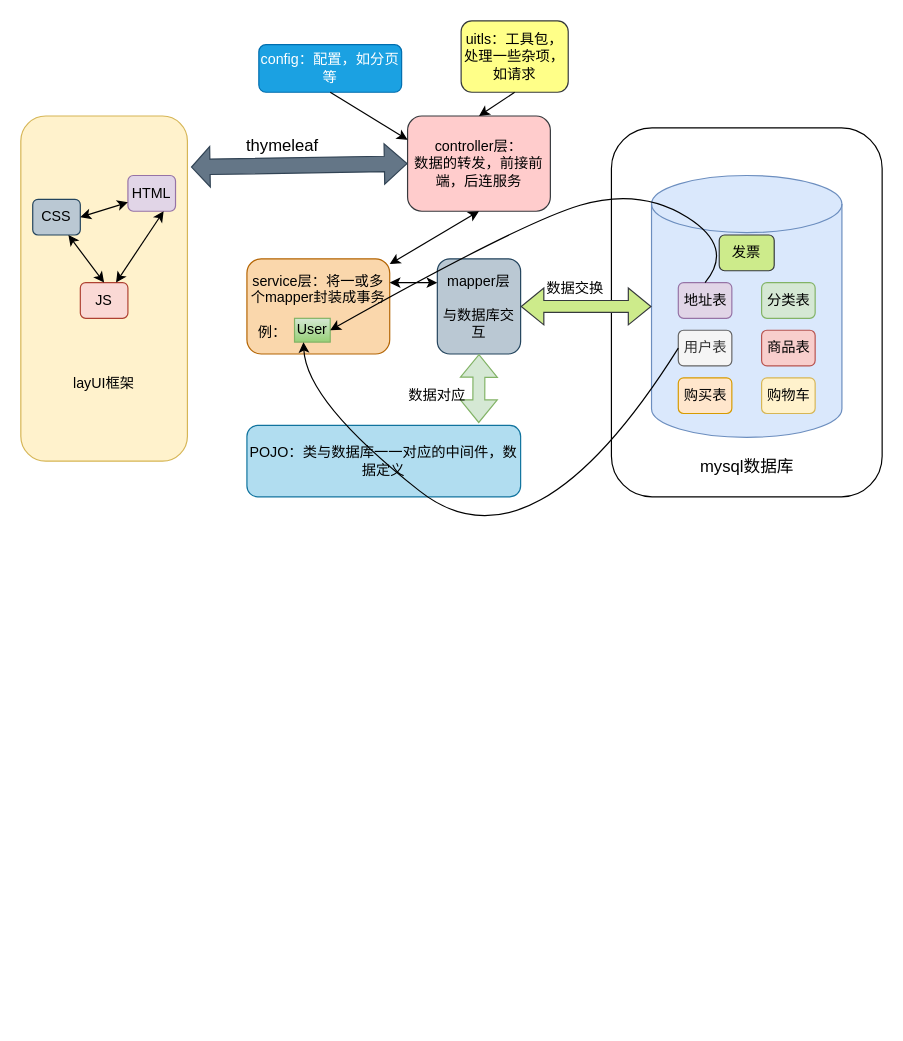
Above: page "第 1 页" (1 of 4) of spring.drawio in Duxingmengshou/Duxingmengshou.github.io (draw.io), before the change. Source tidied: cells renumbered, new cells numbered last; positions are measured from the earlier drawing's top-left corner, leaving out a move shared by most shapes. Both pictures are drawn from the tidied source at 119%, with x=0, y=0 at pixel (20, 20).
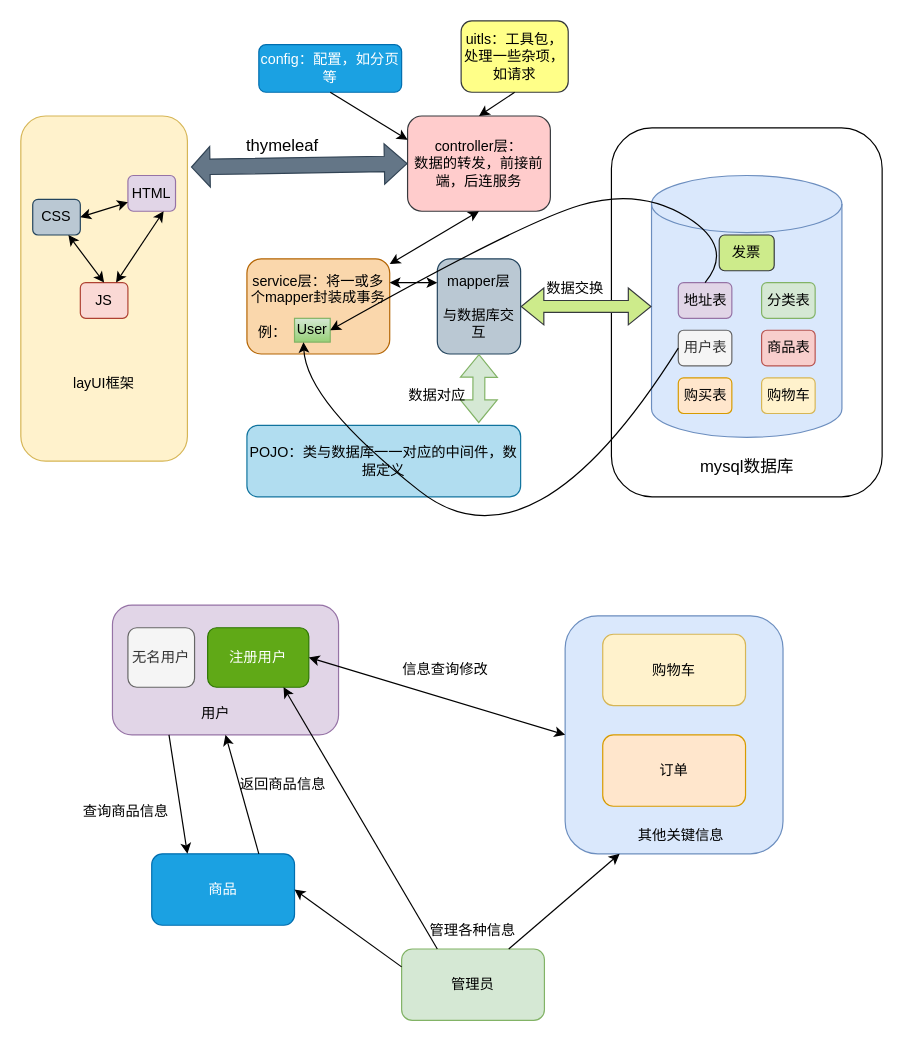
Above is the later version.

Change to the diagram source:
```diff
@@
+    <mxCell id="40" style="rounded=1;whiteSpace=wrap;html=1;fillColor=#dae8fc;strokeColor=#6c8ebf;" parent="1" vertex="1">
+      <mxGeometry x="457.4" y="500" width="183.1" height="200" as="geometry" />
+    </mxCell>
+    <mxCell id="41" style="rounded=1;whiteSpace=wrap;html=1;fillColor=#e1d5e7;strokeColor=#9673a6;" parent="1" vertex="1">
+      <mxGeometry x="77" y="491" width="190" height="109" as="geometry" />
+    </mxCell>
@@
+    <mxCell id="42" value="管理员" style="rounded=1;whiteSpace=wrap;html=1;fillColor=#d5e8d4;strokeColor=#82b366;" parent="1" vertex="1">
+      <mxGeometry x="320" y="780" width="120" height="60" as="geometry" />
+    </mxCell>
+    <mxCell id="43" value="注册用户" style="rounded=1;whiteSpace=wrap;html=1;fillColor=#60a917;fontColor=#ffffff;strokeColor=#2D7600;" parent="1" vertex="1">
+      <mxGeometry x="157" y="510" width="85" height="50" as="geometry" />
+    </mxCell>
+    <mxCell id="44" value="商品" style="rounded=1;whiteSpace=wrap;html=1;fillColor=#1ba1e2;fontColor=#ffffff;strokeColor=#006EAF;" parent="1" vertex="1">
+      <mxGeometry x="110" y="700" width="120" height="60" as="geometry" />
+    </mxCell>
+    <mxCell id="45" value="购物车" style="rounded=1;whiteSpace=wrap;html=1;fillColor=#fff2cc;strokeColor=#d6b656;" parent="1" vertex="1">
+      <mxGeometry x="489" y="515.5" width="120" height="60" as="geometry" />
+    </mxCell>
+    <mxCell id="46" value="订单" style="rounded=1;whiteSpace=wrap;html=1;fillColor=#ffe6cc;strokeColor=#d79b00;" parent="1" vertex="1">
+      <mxGeometry x="489" y="600" width="120" height="60" as="geometry" />
+    </mxCell>
+    <mxCell id="47" value="无名用户" style="rounded=1;whiteSpace=wrap;html=1;fillColor=#f5f5f5;fontColor=#333333;strokeColor=#666666;" parent="1" vertex="1">
+      <mxGeometry x="90" y="510" width="56" height="50" as="geometry" />
+    </mxCell>
+    <mxCell id="48" value="用户" style="text;html=1;strokeColor=none;fillColor=none;align=center;verticalAlign=middle;whiteSpace=wrap;rounded=0;" parent="1" vertex="1">
+      <mxGeometry x="134" y="567" width="60" height="30" as="geometry" />
+    </mxCell>
+    <mxCell id="49" style="endArrow=classic;html=1;rounded=0;exitX=0.25;exitY=1;exitDx=0;exitDy=0;entryX=0.25;entryY=0;entryDx=0;entryDy=0;" parent="1" edge="1" source="41" target="44">
+      <mxGeometry relative="1" as="geometry" />
+    </mxCell>
+    <mxCell id="50" value="查询商品信息" style="text;html=1;strokeColor=none;fillColor=none;align=center;verticalAlign=middle;whiteSpace=wrap;rounded=0;" parent="1" vertex="1">
+      <mxGeometry x="50" y="650" width="77" height="30" as="geometry" />
+    </mxCell>
+    <mxCell id="51" style="endArrow=classic;html=1;rounded=0;exitX=0.75;exitY=0;exitDx=0;exitDy=0;entryX=0.5;entryY=1;entryDx=0;entryDy=0;" parent="1" edge="1" source="44" target="41">
+      <mxGeometry relative="1" as="geometry" />
+    </mxCell>
+    <mxCell id="52" value="返回商品信息" style="text;html=1;strokeColor=none;fillColor=none;align=center;verticalAlign=middle;whiteSpace=wrap;rounded=0;" parent="1" vertex="1">
+      <mxGeometry x="182" y="627" width="77" height="30" as="geometry" />
+    </mxCell>
+    <mxCell id="53" value="其他关键信息" style="text;html=1;strokeColor=none;fillColor=none;align=center;verticalAlign=middle;whiteSpace=wrap;rounded=0;" parent="1" vertex="1">
+      <mxGeometry x="510" y="670" width="90" height="30" as="geometry" />
+    </mxCell>
+    <mxCell id="54" style="endArrow=classic;startArrow=classic;html=1;rounded=0;exitX=1;exitY=0.5;exitDx=0;exitDy=0;entryX=0;entryY=0.5;entryDx=0;entryDy=0;" parent="1" edge="1" source="43" target="40">
+      <mxGeometry relative="1" as="geometry" />
+    </mxCell>
+    <mxCell id="55" value="信息查询修改" style="text;html=1;strokeColor=none;fillColor=none;align=center;verticalAlign=middle;whiteSpace=wrap;rounded=0;" parent="1" vertex="1">
+      <mxGeometry x="314" y="530" width="86" height="30" as="geometry" />
+    </mxCell>
+    <mxCell id="56" style="endArrow=classic;html=1;rounded=0;exitX=0;exitY=0.25;exitDx=0;exitDy=0;entryX=1;entryY=0.5;entryDx=0;entryDy=0;" parent="1" edge="1" source="42" target="44">
+      <mxGeometry relative="1" as="geometry" />
+    </mxCell>
+    <mxCell id="57" style="endArrow=classic;html=1;rounded=0;exitX=0.25;exitY=0;exitDx=0;exitDy=0;entryX=0.75;entryY=1;entryDx=0;entryDy=0;" parent="1" edge="1" source="42" target="43">
+      <mxGeometry relative="1" as="geometry" />
+    </mxCell>
+    <mxCell id="58" style="endArrow=classic;html=1;rounded=0;exitX=0.75;exitY=0;exitDx=0;exitDy=0;entryX=0.25;entryY=1;entryDx=0;entryDy=0;" parent="1" edge="1" source="42" target="40">
+      <mxGeometry relative="1" as="geometry" />
+    </mxCell>
+    <mxCell id="59" value="管理各种信息" style="text;html=1;strokeColor=none;fillColor=none;align=center;verticalAlign=middle;whiteSpace=wrap;rounded=0;" parent="1" vertex="1">
+      <mxGeometry x="340" y="750" width="80" height="30" as="geometry" />
+    </mxCell>
```
